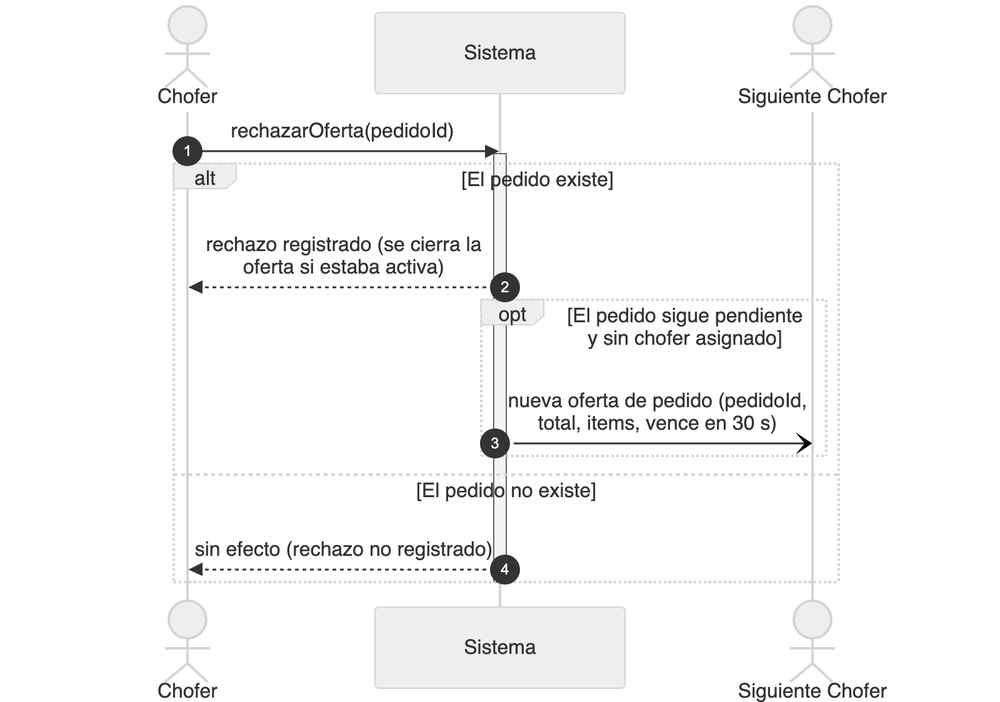
This is diagramas/png/DSS_CU-016_Rechazar-Ignorar-Pedido.png from Nahuelito-Dev/splg-docs, a Mermaid export, as it was before one commit. Its source is kept beside it as diagramas/DSS_CU-016_Rechazar-Ignorar-Pedido.mmd. Its diagram source:
```mermaid
sequenceDiagram
    title DSS — CU-016 Rechazar Ignorar Pedido
    autonumber
    actor CHO as Chofer
    participant SIS as Sistema
    actor CH2 as Siguiente Chofer

    CHO->>SIS: rechazarOferta(pedidoId)
    activate SIS
    alt El pedido existe
        SIS-->>CHO: rechazo registrado (se cierra la oferta si estaba activa)
        opt El pedido sigue pendiente y sin chofer asignado
            SIS-)CH2: nueva oferta de pedido (pedidoId, total, items, vence en 30 s)
        end
    else El pedido no existe
        SIS-->>CHO: sin efecto (rechazo no registrado)
    else El pedido es de otra distribuidora
        SIS-->>CHO: recurso no encontrado
    end
    deactivate SIS
```
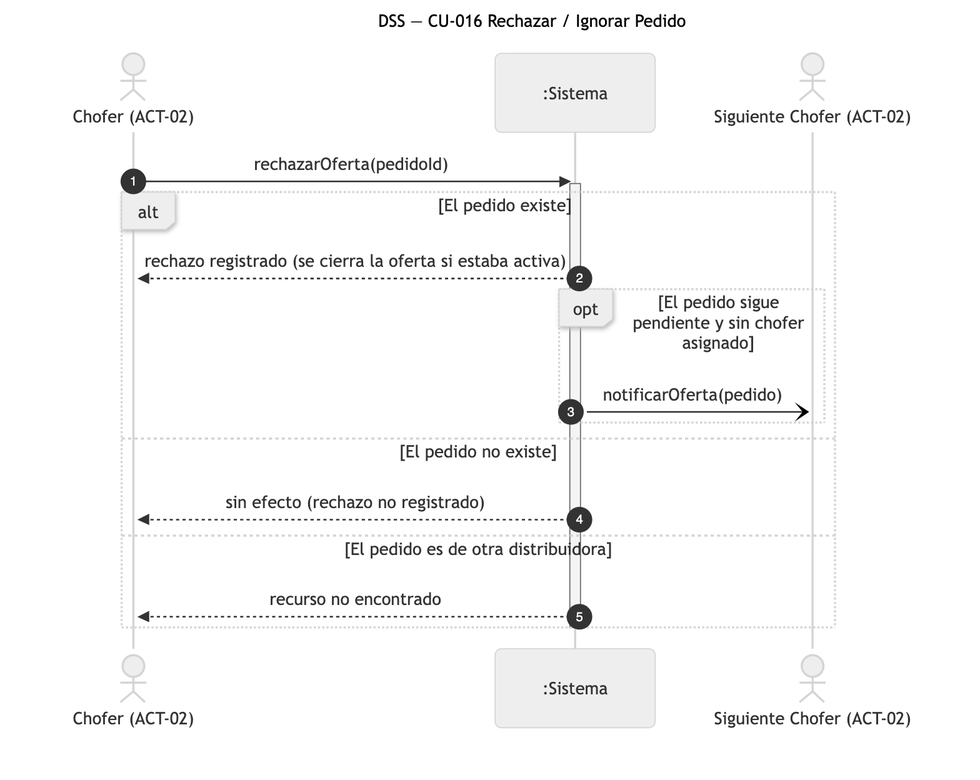
After the change.

Diff of the diagram source:
```diff
@@ -1,16 +1,16 @@
 sequenceDiagram
-    title DSS — CU-016 Rechazar Ignorar Pedido
+    title DSS — CU-016 Rechazar / Ignorar Pedido
     autonumber
-    actor CHO as Chofer
-    participant SIS as Sistema
-    actor CH2 as Siguiente Chofer
+    actor CHO as Chofer (ACT-02)
+    participant SIS as :Sistema
+    actor CH2 as Siguiente Chofer (ACT-02)
 
     CHO->>SIS: rechazarOferta(pedidoId)
     activate SIS
     alt El pedido existe
         SIS-->>CHO: rechazo registrado (se cierra la oferta si estaba activa)
         opt El pedido sigue pendiente y sin chofer asignado
-            SIS-)CH2: nueva oferta de pedido (pedidoId, total, items, vence en 30 s)
+            SIS-)CH2: notificarOferta(pedido)
         end
     else El pedido no existe
         SIS-->>CHO: sin efecto (rechazo no registrado)
```
